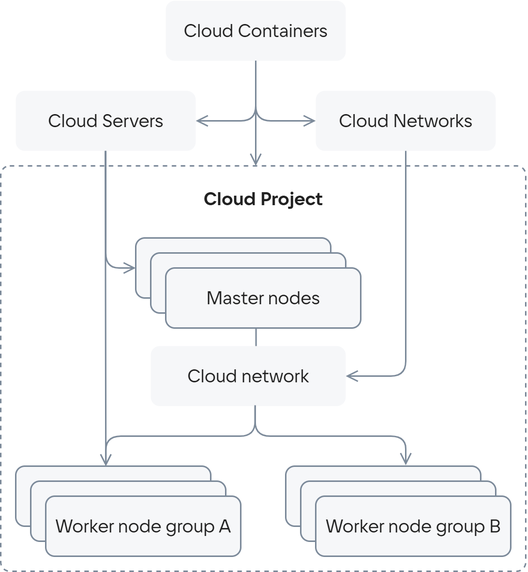
The draw.io diagram docs/en/kubernetes/k8s/assets/k8s_arch.png in vk-cs/docs-public, before a commit. Source tidied: cells renumbered, new cells last; positions are measured from the earlier drawing's top-left corner, leaving out a move shared by most shapes. Its diagram source:
```xml
<mxGraphModel>
  <root>
    <mxCell id="0" />
    <mxCell id="1" parent="0" />
    <mxCell id="2" value="Cloud Project" style="rounded=1;whiteSpace=wrap;html=1;strokeColor=#7C8A9A;strokeWidth=1;fontColor=#212121;fillColor=none;dashed=1;fontFamily=VK Sans Display;verticalAlign=top;spacing=10;fontStyle=1;arcSize=12;absoluteArcSize=1;" parent="1" vertex="1">
      <mxGeometry y="110" width="350" height="270" as="geometry" />
    </mxCell>
    <mxCell id="3" value="&lt;font color=&quot;#212121&quot;&gt;Cloud Containers&lt;/font&gt;" style="rounded=1;whiteSpace=wrap;html=1;fontFamily=VK Sans Display;strokeColor=none;arcsize=12;fillColor=#F6F7F9;spacing=0;spacingTop=12;spacingBottom=12;arcSize=12;absoluteArcSize=1;" parent="1" vertex="1">
      <mxGeometry x="110" width="120" height="40" as="geometry" />
    </mxCell>
    <mxCell id="4" value="&lt;font color=&quot;#212121&quot;&gt;Cloud Servers&lt;/font&gt;" style="rounded=1;whiteSpace=wrap;html=1;fontFamily=VK Sans Display;strokeColor=none;arcsize=12;fillColor=#F6F7F9;spacing=0;spacingTop=12;spacingBottom=12;arcSize=12;absoluteArcSize=1;" parent="1" vertex="1">
      <mxGeometry x="10" y="60" width="120" height="40" as="geometry" />
    </mxCell>
    <mxCell id="5" value="&lt;font color=&quot;#212121&quot;&gt;Cloud Networks&lt;/font&gt;" style="rounded=1;whiteSpace=wrap;html=1;fontFamily=VK Sans Display;strokeColor=none;arcsize=12;fillColor=#F6F7F9;spacing=0;spacingTop=12;spacingBottom=12;arcSize=12;absoluteArcSize=1;" parent="1" vertex="1">
      <mxGeometry x="210" y="60" width="120" height="40" as="geometry" />
    </mxCell>
    <mxCell id="6" style="edgeStyle=none;shape=connector;rounded=1;jettySize=auto;html=1;labelBackgroundColor=default;strokeColor=#7C8A9A;strokeWidth=1;fontFamily=VK Sans Display;fontSize=16;fontColor=#212121;startArrow=none;startFill=0;endArrow=open;endFill=0;exitX=0.5;exitY=1;exitDx=0;exitDy=0;" parent="1" edge="1" source="3">
      <mxGeometry relative="1" as="geometry">
        <mxPoint x="170" y="110" as="targetPoint" />
      </mxGeometry>
    </mxCell>
    <mxCell id="7" style="edgeStyle=none;shape=connector;rounded=1;jettySize=auto;html=1;labelBackgroundColor=default;strokeColor=#7C8A9A;strokeWidth=1;fontFamily=VK Sans Display;fontSize=16;fontColor=#212121;startArrow=none;startFill=0;endArrow=open;endFill=0;exitX=0.5;exitY=1;exitDx=0;exitDy=0;entryX=0;entryY=0.5;entryDx=0;entryDy=0;" parent="1" edge="1" source="4" target="22">
      <mxGeometry relative="1" as="geometry">
        <Array as="points">
          <mxPoint x="70" y="178" />
        </Array>
      </mxGeometry>
    </mxCell>
    <mxCell id="8" style="edgeStyle=none;shape=connector;rounded=1;jettySize=auto;html=1;labelBackgroundColor=default;strokeColor=#7C8A9A;strokeWidth=1;fontFamily=VK Sans Display;fontSize=16;fontColor=#212121;startArrow=none;startFill=0;endArrow=open;endFill=0;exitX=0.5;exitY=1;exitDx=0;exitDy=0;entryX=0.462;entryY=0.005;entryDx=0;entryDy=0;entryPerimeter=0;" parent="1" edge="1" target="16">
      <mxGeometry relative="1" as="geometry">
        <mxPoint x="69.7" y="100" as="sourcePoint" />
      </mxGeometry>
    </mxCell>
    <mxCell id="9" style="edgeStyle=none;shape=connector;rounded=1;jettySize=auto;html=1;labelBackgroundColor=default;strokeColor=#7C8A9A;strokeWidth=1;fontFamily=VK Sans Display;fontSize=16;fontColor=#212121;startArrow=none;startFill=0;endArrow=open;endFill=0;exitX=0.5;exitY=1;exitDx=0;exitDy=0;entryX=1;entryY=0.5;entryDx=0;entryDy=0;" parent="1" edge="1" source="5" target="13">
      <mxGeometry relative="1" as="geometry">
        <Array as="points">
          <mxPoint x="270" y="250" />
        </Array>
      </mxGeometry>
    </mxCell>
    <mxCell id="10" style="edgeStyle=none;shape=connector;rounded=1;jettySize=auto;html=1;labelBackgroundColor=default;strokeColor=#7C8A9A;strokeWidth=1;fontFamily=VK Sans Display;fontSize=16;fontColor=#212121;startArrow=none;startFill=0;endArrow=open;endFill=0;exitX=0.5;exitY=1;exitDx=0;exitDy=0;entryX=1;entryY=0.5;entryDx=0;entryDy=0;" parent="1" edge="1" source="3" target="4">
      <mxGeometry relative="1" as="geometry">
        <Array as="points">
          <mxPoint x="170" y="40" />
          <mxPoint x="170" y="80" />
        </Array>
      </mxGeometry>
    </mxCell>
    <mxCell id="11" style="edgeStyle=none;shape=connector;rounded=1;jettySize=auto;html=1;labelBackgroundColor=default;strokeColor=#7C8A9A;strokeWidth=1;fontFamily=VK Sans Display;fontSize=16;fontColor=#212121;startArrow=none;startFill=0;endArrow=open;endFill=0;exitX=0.5;exitY=1;exitDx=0;exitDy=0;entryX=0;entryY=0.5;entryDx=0;entryDy=0;" parent="1" edge="1" source="3" target="5">
      <mxGeometry relative="1" as="geometry">
        <Array as="points">
          <mxPoint x="170" y="40" />
          <mxPoint x="170" y="80" />
        </Array>
      </mxGeometry>
    </mxCell>
    <mxCell id="12" style="edgeStyle=orthogonalEdgeStyle;shape=connector;rounded=1;jettySize=auto;html=1;labelBackgroundColor=default;strokeColor=#7C8A9A;strokeWidth=1;fontFamily=VK Sans Display;fontSize=16;fontColor=#212121;startArrow=none;startFill=0;endArrow=none;endFill=0;exitX=0.463;exitY=0.999;exitDx=0;exitDy=0;exitPerimeter=0;entryX=0.536;entryY=1.009;entryDx=0;entryDy=0;entryPerimeter=0;" parent="1" edge="1" source="24" target="13">
      <mxGeometry relative="1" as="geometry">
        <Array as="points">
          <mxPoint x="170" y="248" />
          <mxPoint x="170" y="248" />
        </Array>
      </mxGeometry>
    </mxCell>
    <mxCell id="13" value="&lt;font color=&quot;#212121&quot;&gt;Cloud network&lt;/font&gt;" style="rounded=1;whiteSpace=wrap;html=1;fontFamily=VK Sans Display;strokeColor=none;arcsize=12;fillColor=#F6F7F9;spacing=0;spacingTop=12;spacingBottom=12;arcSize=12;absoluteArcSize=1;" parent="1" vertex="1">
      <mxGeometry x="100" y="230" width="130" height="40" as="geometry" />
    </mxCell>
    <mxCell id="14" style="edgeStyle=orthogonalEdgeStyle;shape=connector;rounded=1;jettySize=auto;html=1;labelBackgroundColor=default;strokeColor=#7C8A9A;strokeWidth=1;fontFamily=VK Sans Display;fontSize=16;fontColor=#212121;startArrow=none;startFill=0;endArrow=none;endFill=0;exitX=0.535;exitY=0.985;exitDx=0;exitDy=0;exitPerimeter=0;entryX=0.462;entryY=-0.037;entryDx=0;entryDy=0;entryPerimeter=0;" parent="1" edge="1" source="13" target="16">
      <mxGeometry relative="1" as="geometry">
        <Array as="points">
          <mxPoint x="170" y="290" />
          <mxPoint x="70" y="290" />
        </Array>
      </mxGeometry>
    </mxCell>
    <mxCell id="15" style="edgeStyle=orthogonalEdgeStyle;shape=connector;rounded=1;jettySize=auto;html=1;labelBackgroundColor=default;strokeColor=#7C8A9A;strokeWidth=1;fontFamily=VK Sans Display;fontSize=16;fontColor=#212121;startArrow=none;startFill=0;endArrow=open;endFill=0;exitX=0.535;exitY=1.006;exitDx=0;exitDy=0;entryX=0.608;entryY=-0.016;entryDx=0;entryDy=0;entryPerimeter=0;exitPerimeter=0;" parent="1" edge="1" source="13" target="19">
      <mxGeometry relative="1" as="geometry">
        <Array as="points">
          <mxPoint x="170" y="290" />
          <mxPoint x="270" y="290" />
          <mxPoint x="270" y="309" />
        </Array>
      </mxGeometry>
    </mxCell>
    <mxCell id="16" value="&lt;font color=&quot;#212121&quot;&gt;Node 1&lt;/font&gt;" style="rounded=1;whiteSpace=wrap;html=1;fontFamily=VK Sans Display;strokeColor=#7C8A9A;arcsize=12;fillColor=#F6F7F9;spacing=0;spacingTop=12;spacingBottom=12;arcSize=12;absoluteArcSize=1;strokeWidth=1;" parent="1" vertex="1">
      <mxGeometry x="10" y="310" width="130" height="40" as="geometry" />
    </mxCell>
    <mxCell id="17" value="&lt;font color=&quot;#212121&quot;&gt;Node 1&lt;/font&gt;" style="rounded=1;whiteSpace=wrap;html=1;fontFamily=VK Sans Display;strokeColor=#7C8A9A;arcsize=12;fillColor=#F6F7F9;spacing=0;spacingTop=12;spacingBottom=12;arcSize=12;absoluteArcSize=1;strokeWidth=1;" parent="1" vertex="1">
      <mxGeometry x="20" y="320" width="130" height="40" as="geometry" />
    </mxCell>
    <mxCell id="18" value="&lt;font color=&quot;#212121&quot;&gt;Worker node group A&lt;/font&gt;" style="rounded=1;whiteSpace=wrap;html=1;fontFamily=VK Sans Display;strokeColor=#7C8A9A;arcsize=12;fillColor=#F6F7F9;spacing=0;spacingTop=12;spacingBottom=12;arcSize=12;absoluteArcSize=1;strokeWidth=1;" parent="1" vertex="1">
      <mxGeometry x="30" y="330" width="130" height="40" as="geometry" />
    </mxCell>
    <mxCell id="19" value="&lt;font color=&quot;#212121&quot;&gt;Node 1&lt;/font&gt;" style="rounded=1;whiteSpace=wrap;html=1;fontFamily=VK Sans Display;strokeColor=#7C8A9A;arcsize=12;fillColor=#F6F7F9;spacing=0;spacingTop=12;spacingBottom=12;arcSize=12;absoluteArcSize=1;strokeWidth=1;" parent="1" vertex="1">
      <mxGeometry x="190" y="310" width="130" height="40" as="geometry" />
    </mxCell>
    <mxCell id="20" value="&lt;font color=&quot;#212121&quot;&gt;Node 1&lt;/font&gt;" style="rounded=1;whiteSpace=wrap;html=1;fontFamily=VK Sans Display;strokeColor=#7C8A9A;arcsize=12;fillColor=#F6F7F9;spacing=0;spacingTop=12;spacingBottom=12;arcSize=12;absoluteArcSize=1;strokeWidth=1;" parent="1" vertex="1">
      <mxGeometry x="200" y="320" width="130" height="40" as="geometry" />
    </mxCell>
    <mxCell id="21" value="&lt;font color=&quot;#212121&quot;&gt;Worker node group B&lt;/font&gt;" style="rounded=1;whiteSpace=wrap;html=1;fontFamily=VK Sans Display;strokeColor=#7C8A9A;arcsize=12;fillColor=#F6F7F9;spacing=0;spacingTop=12;spacingBottom=12;arcSize=12;absoluteArcSize=1;strokeWidth=1;" parent="1" vertex="1">
      <mxGeometry x="210" y="330" width="130" height="40" as="geometry" />
    </mxCell>
    <mxCell id="22" value="&lt;font color=&quot;#212121&quot;&gt;Node 1&lt;/font&gt;" style="rounded=1;whiteSpace=wrap;html=1;fontFamily=VK Sans Display;strokeColor=#7C8A9A;arcsize=12;fillColor=#F6F7F9;spacing=0;spacingTop=12;spacingBottom=12;arcSize=12;absoluteArcSize=1;strokeWidth=1;" parent="1" vertex="1">
      <mxGeometry x="90" y="158" width="130" height="40" as="geometry" />
    </mxCell>
    <mxCell id="23" value="&lt;font color=&quot;#212121&quot;&gt;Node 1&lt;/font&gt;" style="rounded=1;whiteSpace=wrap;html=1;fontFamily=VK Sans Display;strokeColor=#7C8A9A;arcsize=12;fillColor=#F6F7F9;spacing=0;spacingTop=12;spacingBottom=12;arcSize=12;absoluteArcSize=1;strokeWidth=1;" parent="1" vertex="1">
      <mxGeometry x="100" y="168" width="130" height="40" as="geometry" />
    </mxCell>
    <mxCell id="24" value="&lt;font color=&quot;#212121&quot;&gt;Master nodes&lt;/font&gt;" style="rounded=1;whiteSpace=wrap;html=1;fontFamily=VK Sans Display;strokeColor=#7C8A9A;arcsize=12;fillColor=#F6F7F9;spacing=0;spacingTop=12;spacingBottom=12;arcSize=12;absoluteArcSize=1;strokeWidth=1;" parent="1" vertex="1">
      <mxGeometry x="110" y="178" width="130" height="40" as="geometry" />
    </mxCell>
  </root>
</mxGraphModel>
```
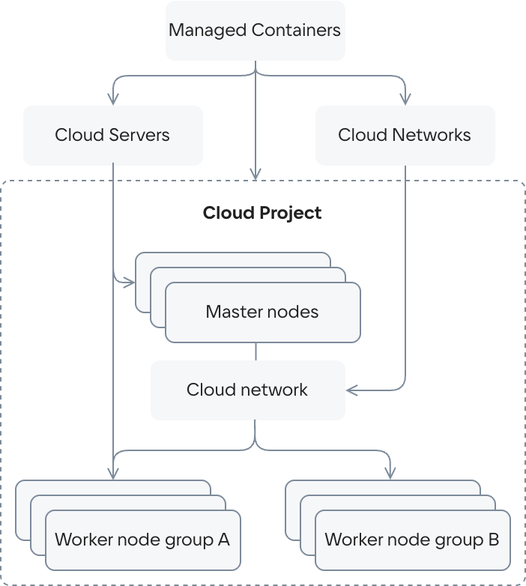
After the change.

What changed in the source:
```diff
@@ -5,32 +5,31 @@
     <mxCell id="2" value="Cloud Project" style="rounded=1;whiteSpace=wrap;html=1;strokeColor=#7C8A9A;strokeWidth=1;fontColor=#212121;fillColor=none;dashed=1;fontFamily=VK Sans Display;verticalAlign=top;spacing=10;fontStyle=1;arcSize=12;absoluteArcSize=1;" parent="1" vertex="1">
       <mxGeometry y="110" width="350" height="270" as="geometry" />
     </mxCell>
-    <mxCell id="3" value="&lt;font color=&quot;#212121&quot;&gt;Cloud Containers&lt;/font&gt;" style="rounded=1;whiteSpace=wrap;html=1;fontFamily=VK Sans Display;strokeColor=none;arcsize=12;fillColor=#F6F7F9;spacing=0;spacingTop=12;spacingBottom=12;arcSize=12;absoluteArcSize=1;" parent="1" vertex="1">
-      <mxGeometry x="110" width="120" height="40" as="geometry" />
-    </mxCell>
+    <mxCell id="25" value="&lt;font color=&quot;#212121&quot;&gt;Managed Containers&lt;/font&gt;" style="rounded=1;whiteSpace=wrap;html=1;fontFamily=VK Sans Display;strokeColor=none;arcsize=12;fillColor=#F6F7F9;spacing=0;spacingTop=12;spacingBottom=12;arcSize=12;absoluteArcSize=1;" parent="1" vertex="1">
+      <mxGeometry x="110" y="-10" width="120" height="40" as="geometry" />
+    </mxCell>
     <mxCell id="4" value="&lt;font color=&quot;#212121&quot;&gt;Cloud Servers&lt;/font&gt;" style="rounded=1;whiteSpace=wrap;html=1;fontFamily=VK Sans Display;strokeColor=none;arcsize=12;fillColor=#F6F7F9;spacing=0;spacingTop=12;spacingBottom=12;arcSize=12;absoluteArcSize=1;" parent="1" vertex="1">
-      <mxGeometry x="10" y="60" width="120" height="40" as="geometry" />
+      <mxGeometry x="15" y="60" width="120" height="40" as="geometry" />
     </mxCell>
     <mxCell id="5" value="&lt;font color=&quot;#212121&quot;&gt;Cloud Networks&lt;/font&gt;" style="rounded=1;whiteSpace=wrap;html=1;fontFamily=VK Sans Display;strokeColor=none;arcsize=12;fillColor=#F6F7F9;spacing=0;spacingTop=12;spacingBottom=12;arcSize=12;absoluteArcSize=1;" parent="1" vertex="1">
       <mxGeometry x="210" y="60" width="120" height="40" as="geometry" />
     </mxCell>
-    <mxCell id="6" style="edgeStyle=none;shape=connector;rounded=1;jettySize=auto;html=1;labelBackgroundColor=default;strokeColor=#7C8A9A;strokeWidth=1;fontFamily=VK Sans Display;fontSize=16;fontColor=#212121;startArrow=none;startFill=0;endArrow=open;endFill=0;exitX=0.5;exitY=1;exitDx=0;exitDy=0;" parent="1" edge="1" source="3">
-      <mxGeometry relative="1" as="geometry">
-        <mxPoint x="170" y="110" as="targetPoint" />
-      </mxGeometry>
-    </mxCell>
-    <mxCell id="7" style="edgeStyle=none;shape=connector;rounded=1;jettySize=auto;html=1;labelBackgroundColor=default;strokeColor=#7C8A9A;strokeWidth=1;fontFamily=VK Sans Display;fontSize=16;fontColor=#212121;startArrow=none;startFill=0;endArrow=open;endFill=0;exitX=0.5;exitY=1;exitDx=0;exitDy=0;entryX=0;entryY=0.5;entryDx=0;entryDy=0;" parent="1" edge="1" source="4" target="22">
-      <mxGeometry relative="1" as="geometry">
-        <Array as="points">
-          <mxPoint x="70" y="178" />
-        </Array>
-      </mxGeometry>
-    </mxCell>
-    <mxCell id="8" style="edgeStyle=none;shape=connector;rounded=1;jettySize=auto;html=1;labelBackgroundColor=default;strokeColor=#7C8A9A;strokeWidth=1;fontFamily=VK Sans Display;fontSize=16;fontColor=#212121;startArrow=none;startFill=0;endArrow=open;endFill=0;exitX=0.5;exitY=1;exitDx=0;exitDy=0;entryX=0.462;entryY=0.005;entryDx=0;entryDy=0;entryPerimeter=0;" parent="1" edge="1" target="16">
-      <mxGeometry relative="1" as="geometry">
-        <mxPoint x="69.7" y="100" as="sourcePoint" />
-      </mxGeometry>
-    </mxCell>
+    <mxCell id="26" style="edgeStyle=none;shape=connector;rounded=1;jettySize=auto;html=1;labelBackgroundColor=default;strokeColor=#7C8A9A;strokeWidth=1;fontFamily=VK Sans Display;fontSize=16;fontColor=#212121;startArrow=none;startFill=0;endArrow=open;endFill=0;exitX=0.5;exitY=1;exitDx=0;exitDy=0;" parent="1" edge="1" source="25">
+      <mxGeometry relative="1" as="geometry">
+        <mxPoint x="170" y="110" as="targetPoint" />
+      </mxGeometry>
+    </mxCell>
+    <mxCell id="27" style="edgeStyle=none;shape=connector;rounded=1;jettySize=auto;html=1;labelBackgroundColor=default;strokeColor=#7C8A9A;strokeWidth=1;fontFamily=VK Sans Display;fontSize=16;fontColor=#212121;startArrow=none;startFill=0;endArrow=open;endFill=0;exitX=0.5;exitY=1;exitDx=0;exitDy=0;entryX=0;entryY=0.5;entryDx=0;entryDy=0;" parent="1" edge="1" target="22">
+      <mxGeometry relative="1" as="geometry">
+        <mxPoint x="75" y="98" as="sourcePoint" />
+        <Array as="points">
+          <mxPoint x="75" y="178" />
+        </Array>
+      </mxGeometry>
+    </mxCell>
+    <mxCell id="28" style="edgeStyle=none;shape=connector;rounded=1;jettySize=auto;html=1;labelBackgroundColor=default;strokeColor=#7C8A9A;strokeWidth=1;fontFamily=VK Sans Display;fontSize=16;fontColor=#212121;startArrow=none;startFill=0;endArrow=open;endFill=0;exitX=0.5;exitY=1;exitDx=0;exitDy=0;entryX=0.5;entryY=0;entryDx=0;entryDy=0;" parent="1" edge="1" source="4" target="16">
+      <mxGeometry relative="1" as="geometry" />
+    </mxCell>
     <mxCell id="9" style="edgeStyle=none;shape=connector;rounded=1;jettySize=auto;html=1;labelBackgroundColor=default;strokeColor=#7C8A9A;strokeWidth=1;fontFamily=VK Sans Display;fontSize=16;fontColor=#212121;startArrow=none;startFill=0;endArrow=open;endFill=0;exitX=0.5;exitY=1;exitDx=0;exitDy=0;entryX=1;entryY=0.5;entryDx=0;entryDy=0;" parent="1" edge="1" source="5" target="13">
       <mxGeometry relative="1" as="geometry">
         <Array as="points">
@@ -38,22 +37,22 @@
         </Array>
       </mxGeometry>
     </mxCell>
-    <mxCell id="10" style="edgeStyle=none;shape=connector;rounded=1;jettySize=auto;html=1;labelBackgroundColor=default;strokeColor=#7C8A9A;strokeWidth=1;fontFamily=VK Sans Display;fontSize=16;fontColor=#212121;startArrow=none;startFill=0;endArrow=open;endFill=0;exitX=0.5;exitY=1;exitDx=0;exitDy=0;entryX=1;entryY=0.5;entryDx=0;entryDy=0;" parent="1" edge="1" source="3" target="4">
-      <mxGeometry relative="1" as="geometry">
-        <Array as="points">
-          <mxPoint x="170" y="40" />
-          <mxPoint x="170" y="80" />
-        </Array>
-      </mxGeometry>
-    </mxCell>
-    <mxCell id="11" style="edgeStyle=none;shape=connector;rounded=1;jettySize=auto;html=1;labelBackgroundColor=default;strokeColor=#7C8A9A;strokeWidth=1;fontFamily=VK Sans Display;fontSize=16;fontColor=#212121;startArrow=none;startFill=0;endArrow=open;endFill=0;exitX=0.5;exitY=1;exitDx=0;exitDy=0;entryX=0;entryY=0.5;entryDx=0;entryDy=0;" parent="1" edge="1" source="3" target="5">
-      <mxGeometry relative="1" as="geometry">
-        <Array as="points">
-          <mxPoint x="170" y="40" />
-          <mxPoint x="170" y="80" />
-        </Array>
-      </mxGeometry>
-    </mxCell>
+    <mxCell id="29" style="edgeStyle=none;shape=connector;rounded=1;jettySize=auto;html=1;labelBackgroundColor=default;strokeColor=#7C8A9A;strokeWidth=1;fontFamily=VK Sans Display;fontSize=16;fontColor=#212121;startArrow=none;startFill=0;endArrow=open;endFill=0;exitX=0.5;exitY=1;exitDx=0;exitDy=0;entryX=0.5;entryY=0;entryDx=0;entryDy=0;" parent="1" edge="1" source="25" target="4">
+      <mxGeometry relative="1" as="geometry">
+        <Array as="points">
+          <mxPoint x="170" y="40" />
+          <mxPoint x="75" y="40" />
+        </Array>
+      </mxGeometry>
+    </mxCell>
+    <mxCell id="30" style="edgeStyle=none;shape=connector;rounded=1;jettySize=auto;html=1;labelBackgroundColor=default;strokeColor=#7C8A9A;strokeWidth=1;fontFamily=VK Sans Display;fontSize=16;fontColor=#212121;startArrow=none;startFill=0;endArrow=open;endFill=0;exitX=0.5;exitY=1;exitDx=0;exitDy=0;entryX=0.5;entryY=0;entryDx=0;entryDy=0;" parent="1" edge="1" source="25" target="5">
+      <mxGeometry relative="1" as="geometry">
+        <Array as="points">
+          <mxPoint x="170" y="40" />
+          <mxPoint x="270" y="40" />
+        </Array>
+      </mxGeometry>
+    </mxCell>
     <mxCell id="12" style="edgeStyle=orthogonalEdgeStyle;shape=connector;rounded=1;jettySize=auto;html=1;labelBackgroundColor=default;strokeColor=#7C8A9A;strokeWidth=1;fontFamily=VK Sans Display;fontSize=16;fontColor=#212121;startArrow=none;startFill=0;endArrow=none;endFill=0;exitX=0.463;exitY=0.999;exitDx=0;exitDy=0;exitPerimeter=0;entryX=0.536;entryY=1.009;entryDx=0;entryDy=0;entryPerimeter=0;" parent="1" edge="1" source="24" target="13">
       <mxGeometry relative="1" as="geometry">
         <Array as="points">
@@ -65,20 +64,19 @@
     <mxCell id="13" value="&lt;font color=&quot;#212121&quot;&gt;Cloud network&lt;/font&gt;" style="rounded=1;whiteSpace=wrap;html=1;fontFamily=VK Sans Display;strokeColor=none;arcsize=12;fillColor=#F6F7F9;spacing=0;spacingTop=12;spacingBottom=12;arcSize=12;absoluteArcSize=1;" parent="1" vertex="1">
       <mxGeometry x="100" y="230" width="130" height="40" as="geometry" />
     </mxCell>
-    <mxCell id="14" style="edgeStyle=orthogonalEdgeStyle;shape=connector;rounded=1;jettySize=auto;html=1;labelBackgroundColor=default;strokeColor=#7C8A9A;strokeWidth=1;fontFamily=VK Sans Display;fontSize=16;fontColor=#212121;startArrow=none;startFill=0;endArrow=none;endFill=0;exitX=0.535;exitY=0.985;exitDx=0;exitDy=0;exitPerimeter=0;entryX=0.462;entryY=-0.037;entryDx=0;entryDy=0;entryPerimeter=0;" parent="1" edge="1" source="13" target="16">
+    <mxCell id="14" style="edgeStyle=orthogonalEdgeStyle;shape=connector;rounded=1;jettySize=auto;html=1;labelBackgroundColor=default;strokeColor=#7C8A9A;strokeWidth=1;fontFamily=VK Sans Display;fontSize=16;fontColor=#212121;startArrow=none;startFill=0;endArrow=open;endFill=0;exitX=0.535;exitY=0.985;exitDx=0;exitDy=0;entryX=0.5;entryY=0;entryDx=0;entryDy=0;exitPerimeter=0;" parent="1" edge="1" source="13" target="16">
       <mxGeometry relative="1" as="geometry">
         <Array as="points">
           <mxPoint x="170" y="290" />
-          <mxPoint x="70" y="290" />
+          <mxPoint x="75" y="290" />
         </Array>
       </mxGeometry>
     </mxCell>
-    <mxCell id="15" style="edgeStyle=orthogonalEdgeStyle;shape=connector;rounded=1;jettySize=auto;html=1;labelBackgroundColor=default;strokeColor=#7C8A9A;strokeWidth=1;fontFamily=VK Sans Display;fontSize=16;fontColor=#212121;startArrow=none;startFill=0;endArrow=open;endFill=0;exitX=0.535;exitY=1.006;exitDx=0;exitDy=0;entryX=0.608;entryY=-0.016;entryDx=0;entryDy=0;entryPerimeter=0;exitPerimeter=0;" parent="1" edge="1" source="13" target="19">
+    <mxCell id="15" style="edgeStyle=orthogonalEdgeStyle;shape=connector;rounded=1;jettySize=auto;html=1;labelBackgroundColor=default;strokeColor=#7C8A9A;strokeWidth=1;fontFamily=VK Sans Display;fontSize=16;fontColor=#212121;startArrow=none;startFill=0;endArrow=open;endFill=0;exitX=0.535;exitY=1.006;exitDx=0;exitDy=0;entryX=0.538;entryY=-0.01;entryDx=0;entryDy=0;entryPerimeter=0;exitPerimeter=0;" parent="1" edge="1" source="13" target="19">
       <mxGeometry relative="1" as="geometry">
         <Array as="points">
           <mxPoint x="170" y="290" />
-          <mxPoint x="270" y="290" />
-          <mxPoint x="270" y="309" />
+          <mxPoint x="260" y="290" />
         </Array>
       </mxGeometry>
     </mxCell>
```
